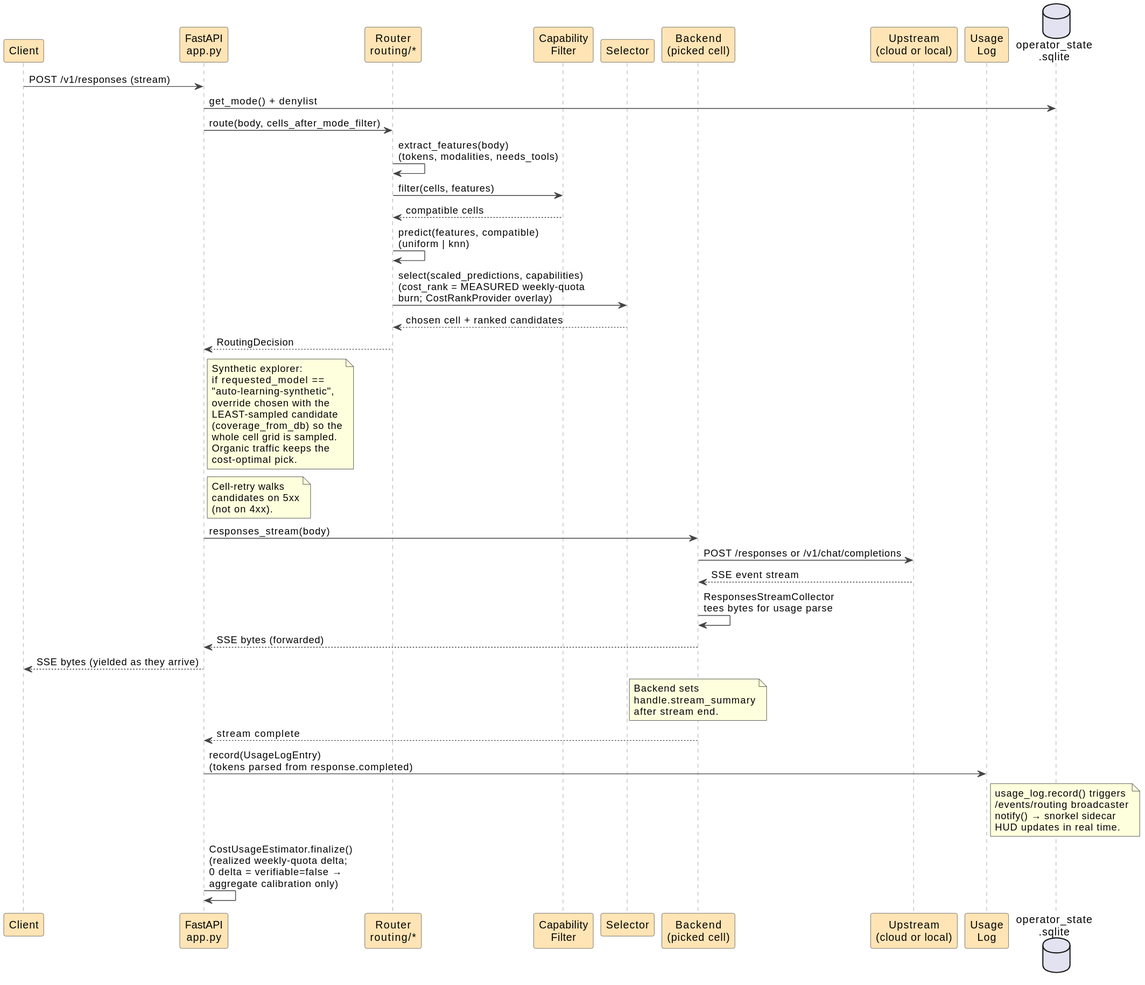
Above: docs/architecture/request_lifecycle.svg in rohankhanna/callosum (PlantUML), before the change.
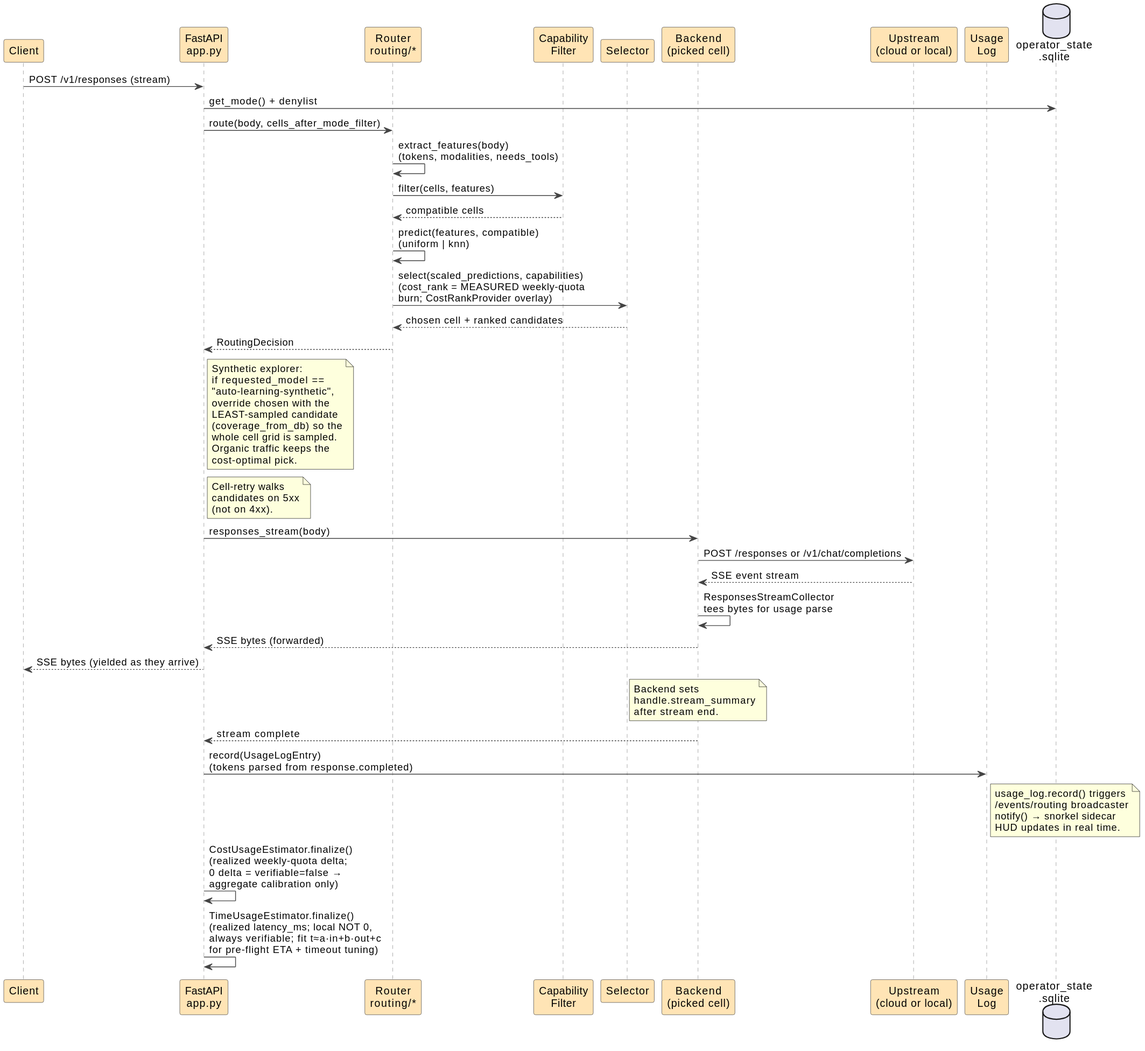
The same diagram one commit later.

What changed in the source:
```diff
@@ -74,4 +74,5 @@
 end note
 
 App -> App : CostUsageEstimator.finalize()\n(realized weekly-quota delta;\n0 delta = verifiable=false →\naggregate calibration only)
+App -> App : TimeUsageEstimator.finalize()\n(realized latency_ms; local NOT 0,\nalways verifiable; fit t≈a·in+b·out+c\nfor pre-flight ETA + timeout tuning)
 @enduml
```
